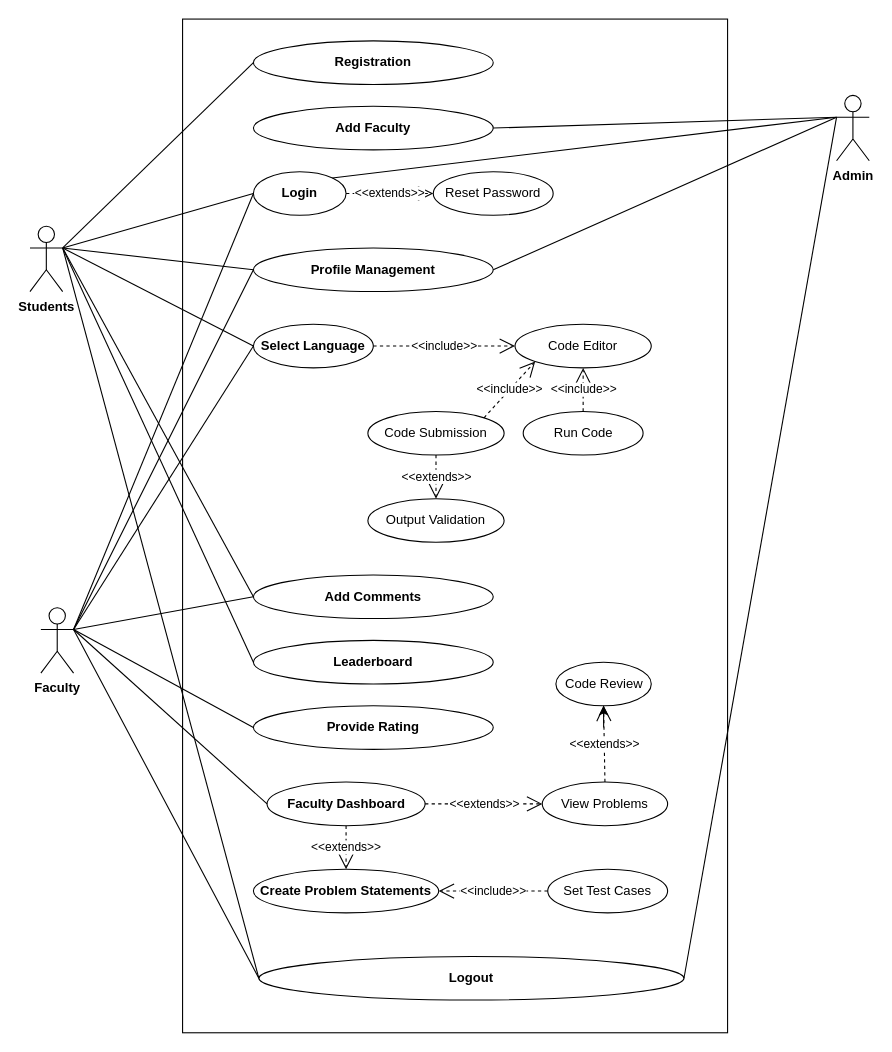
Before: Use case Diagram.drawio in shamim36/Final-Defence-Diagram, a draw.io diagram. Source tidied: cells renumbered, new cells numbered last; positions are measured from the earlier drawing's top-left corner, leaving out a move shared by most shapes. Both pictures are drawn from the tidied source at 109%, with x=0, y=0 at pixel (29, 19).
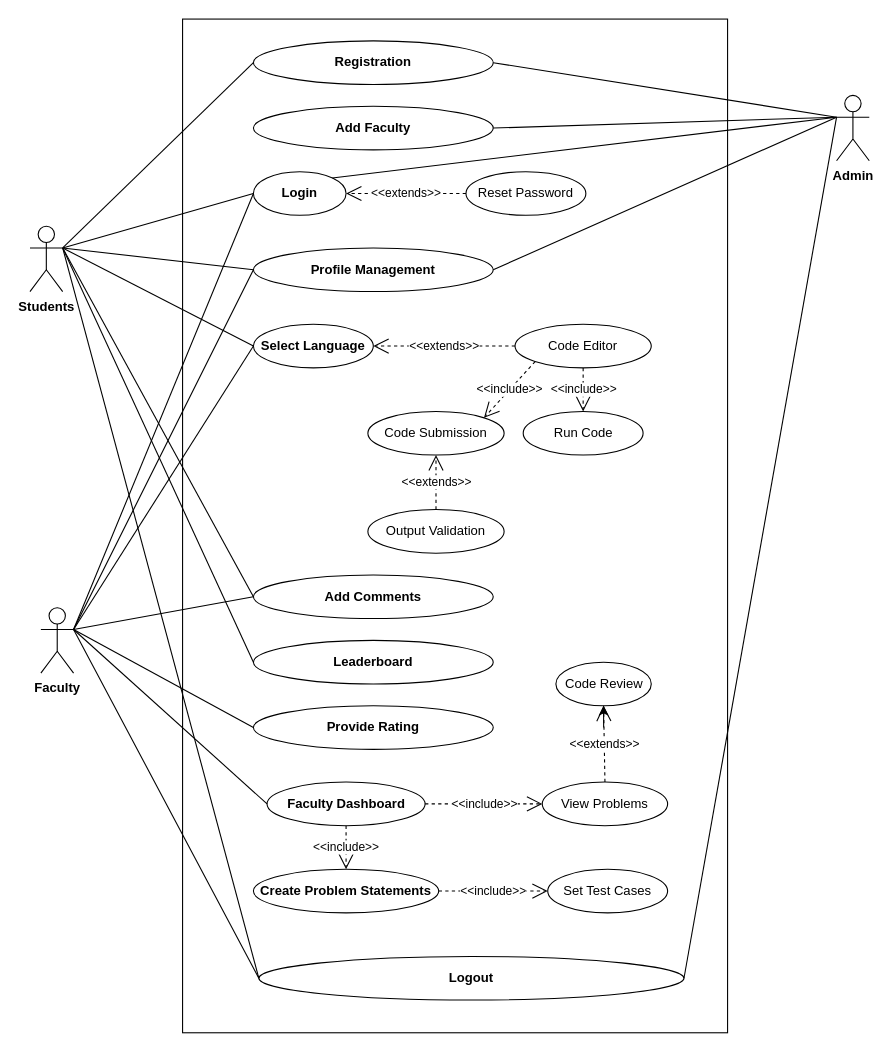
The same page after the edit.

Unchanged cells that the change refers to:
```xml
<mxCell id="3" value="&lt;b&gt;Registration&lt;/b&gt;" style="ellipse;whiteSpace=wrap;html=1;" parent="1" vertex="1">
  <mxGeometry x="205" y="20" width="220" height="40" as="geometry" />
</mxCell>
<mxCell id="6" value="&lt;b&gt;Admin&lt;/b&gt;" style="shape=umlActor;verticalLabelPosition=bottom;verticalAlign=top;html=1;outlineConnect=0;" parent="1" vertex="1">
  <mxGeometry x="740" y="70" width="30" height="60" as="geometry" />
</mxCell>
<mxCell id="10" value="&lt;b&gt;Faculty Dashboard&lt;/b&gt;" style="ellipse;whiteSpace=wrap;html=1;" parent="1" vertex="1">
  <mxGeometry x="217.5" y="700" width="145" height="40" as="geometry" />
</mxCell>
<mxCell id="11" value="Set Test Cases" style="ellipse;whiteSpace=wrap;html=1;" parent="1" vertex="1">
  <mxGeometry x="475" y="780" width="110" height="40" as="geometry" />
</mxCell>
<mxCell id="13" value="&lt;b&gt;Login&lt;/b&gt;" style="ellipse;whiteSpace=wrap;html=1;" parent="1" vertex="1">
  <mxGeometry x="205" y="140" width="85" height="40" as="geometry" />
</mxCell>
<mxCell id="15" value="&lt;b&gt;Select Language&lt;/b&gt;" style="ellipse;whiteSpace=wrap;html=1;" parent="1" vertex="1">
  <mxGeometry x="205" y="280" width="110" height="40" as="geometry" />
</mxCell>
<mxCell id="16" value="Code Editor" style="ellipse;whiteSpace=wrap;html=1;" parent="1" vertex="1">
  <mxGeometry x="445" y="280" width="125" height="40" as="geometry" />
</mxCell>
<mxCell id="18" value="Run Code" style="ellipse;whiteSpace=wrap;html=1;" parent="1" vertex="1">
  <mxGeometry x="452.5" y="360" width="110" height="40" as="geometry" />
</mxCell>
<mxCell id="19" value="Code Submission" style="ellipse;whiteSpace=wrap;html=1;" parent="1" vertex="1">
  <mxGeometry x="310" y="360" width="125" height="40" as="geometry" />
</mxCell>
<mxCell id="23" value="&lt;b&gt;Create Problem Statements&lt;/b&gt;" style="ellipse;whiteSpace=wrap;html=1;" parent="1" vertex="1">
  <mxGeometry x="205" y="780" width="170" height="40" as="geometry" />
</mxCell>
<mxCell id="24" value="View Problems" style="ellipse;whiteSpace=wrap;html=1;" parent="1" vertex="1">
  <mxGeometry x="470" y="700" width="115" height="40" as="geometry" />
</mxCell>
```

The edit, as a diff of the source:
```diff
@@
     <mxCell id="14" value="Reset Password" style="ellipse;whiteSpace=wrap;html=1;" parent="1" vertex="1">
-      <mxGeometry x="370" y="140" width="110" height="40" as="geometry" />
+      <mxGeometry x="400" y="140" width="110" height="40" as="geometry" />
     </mxCell>
@@
     <mxCell id="17" value="Output Validation" style="ellipse;whiteSpace=wrap;html=1;" parent="1" vertex="1">
-      <mxGeometry x="310" y="440" width="125" height="40" as="geometry" />
+      <mxGeometry x="310" y="450" width="125" height="40" as="geometry" />
     </mxCell>
@@
-    <mxCell id="25" value="&amp;lt;&amp;lt;extends&amp;gt;&amp;gt;" style="endArrow=open;endSize=12;dashed=1;html=1;rounded=0;entryX=0;entryY=0.5;entryDx=0;entryDy=0;exitX=1;exitY=0.5;exitDx=0;exitDy=0;" parent="1" edge="1" source="13" target="14">
+    <mxCell id="25" value="&amp;lt;&amp;lt;extends&amp;gt;&amp;gt;" style="endArrow=open;endSize=12;dashed=1;html=1;rounded=0;entryX=1;entryY=0.5;entryDx=0;entryDy=0;exitX=0;exitY=0.5;exitDx=0;exitDy=0;" parent="1" edge="1" source="14" target="13">
       <mxGeometry relative="1" as="geometry" />
     </mxCell>
-    <mxCell id="26" value="&amp;lt;&amp;lt;include&amp;gt;&amp;gt;" style="endArrow=open;endSize=12;dashed=1;html=1;rounded=0;entryX=0;entryY=0.5;entryDx=0;entryDy=0;exitX=1;exitY=0.5;exitDx=0;exitDy=0;" parent="1" edge="1" source="15" target="16">
+    <mxCell id="26" value="&amp;lt;&amp;lt;extends&amp;gt;&amp;gt;" style="endArrow=open;endSize=12;dashed=1;html=1;rounded=0;entryX=1;entryY=0.5;entryDx=0;entryDy=0;exitX=0;exitY=0.5;exitDx=0;exitDy=0;" parent="1" edge="1" source="16" target="15">
       <mxGeometry relative="1" as="geometry" />
     </mxCell>
-    <mxCell id="27" value="&amp;lt;&amp;lt;include&amp;gt;&amp;gt;" style="endArrow=open;endSize=12;dashed=1;html=1;rounded=0;entryX=0.5;entryY=1;entryDx=0;entryDy=0;exitX=0.5;exitY=0;exitDx=0;exitDy=0;" parent="1" edge="1" source="18" target="16">
+    <mxCell id="27" value="&amp;lt;&amp;lt;include&amp;gt;&amp;gt;" style="endArrow=open;endSize=12;dashed=1;html=1;rounded=0;entryX=0.5;entryY=0;entryDx=0;entryDy=0;exitX=0.5;exitY=1;exitDx=0;exitDy=0;" parent="1" edge="1" source="16" target="18">
       <mxGeometry relative="1" as="geometry" />
     </mxCell>
-    <mxCell id="28" value="&amp;lt;&amp;lt;include&amp;gt;&amp;gt;" style="endArrow=open;endSize=12;dashed=1;html=1;rounded=0;exitX=1;exitY=0;exitDx=0;exitDy=0;entryX=0;entryY=1;entryDx=0;entryDy=0;" parent="1" edge="1" source="19" target="16">
+    <mxCell id="28" value="&amp;lt;&amp;lt;include&amp;gt;&amp;gt;" style="endArrow=open;endSize=12;dashed=1;html=1;rounded=0;exitX=0;exitY=1;exitDx=0;exitDy=0;entryX=1;entryY=0;entryDx=0;entryDy=0;" parent="1" edge="1" source="16" target="19">
       <mxGeometry relative="1" as="geometry" />
     </mxCell>
-    <mxCell id="29" value="&amp;lt;&amp;lt;extends&amp;gt;&amp;gt;" style="endArrow=open;endSize=12;dashed=1;html=1;rounded=0;exitX=0.5;exitY=1;exitDx=0;exitDy=0;entryX=0.5;entryY=0;entryDx=0;entryDy=0;" parent="1" edge="1" source="19" target="17">
+    <mxCell id="29" value="&amp;lt;&amp;lt;extends&amp;gt;&amp;gt;" style="endArrow=open;endSize=12;dashed=1;html=1;rounded=0;exitX=0.5;exitY=0;exitDx=0;exitDy=0;entryX=0.5;entryY=1;entryDx=0;entryDy=0;" parent="1" edge="1" source="17" target="19">
       <mxGeometry relative="1" as="geometry" />
     </mxCell>
-    <mxCell id="30" value="&amp;lt;&amp;lt;include&amp;gt;&amp;gt;" style="endArrow=open;endSize=12;dashed=1;html=1;rounded=0;entryX=1;entryY=0.5;entryDx=0;entryDy=0;exitX=0;exitY=0.5;exitDx=0;exitDy=0;" parent="1" edge="1" source="11" target="23">
+    <mxCell id="30" value="&amp;lt;&amp;lt;include&amp;gt;&amp;gt;" style="endArrow=open;endSize=12;dashed=1;html=1;rounded=0;entryX=0;entryY=0.5;entryDx=0;entryDy=0;exitX=1;exitY=0.5;exitDx=0;exitDy=0;" parent="1" edge="1" source="23" target="11">
       <mxGeometry relative="1" as="geometry" />
     </mxCell>
-    <mxCell id="31" value="&amp;lt;&amp;lt;extends&amp;gt;&amp;gt;" style="endArrow=open;endSize=12;dashed=1;html=1;rounded=0;entryX=0.5;entryY=0;entryDx=0;entryDy=0;exitX=0.5;exitY=1;exitDx=0;exitDy=0;" parent="1" edge="1" source="10" target="23">
+    <mxCell id="31" value="&amp;lt;&amp;lt;include&amp;gt;&amp;gt;" style="endArrow=open;endSize=12;dashed=1;html=1;rounded=0;entryX=0.5;entryY=0;entryDx=0;entryDy=0;exitX=0.5;exitY=1;exitDx=0;exitDy=0;" parent="1" edge="1" source="10" target="23">
       <mxGeometry relative="1" as="geometry" />
     </mxCell>
-    <mxCell id="32" value="&amp;lt;&amp;lt;extends&amp;gt;&amp;gt;" style="endArrow=open;endSize=12;dashed=1;html=1;rounded=0;entryX=0;entryY=0.5;entryDx=0;entryDy=0;exitX=1;exitY=0.5;exitDx=0;exitDy=0;" parent="1" edge="1" source="10" target="24">
+    <mxCell id="32" value="&amp;lt;&amp;lt;include&amp;gt;&amp;gt;" style="endArrow=open;endSize=12;dashed=1;html=1;rounded=0;entryX=0;entryY=0.5;entryDx=0;entryDy=0;exitX=1;exitY=0.5;exitDx=0;exitDy=0;" parent="1" edge="1" source="10" target="24">
       <mxGeometry relative="1" as="geometry" />
     </mxCell>
@@
+    <mxCell id="53" style="endArrow=none;html=1;rounded=0;exitX=1;exitY=0.5;exitDx=0;exitDy=0;entryX=0;entryY=0.3333333333333333;entryDx=0;entryDy=0;entryPerimeter=0;" parent="1" edge="1" source="3" target="6">
+      <mxGeometry relative="1" as="geometry" />
+    </mxCell>
```
